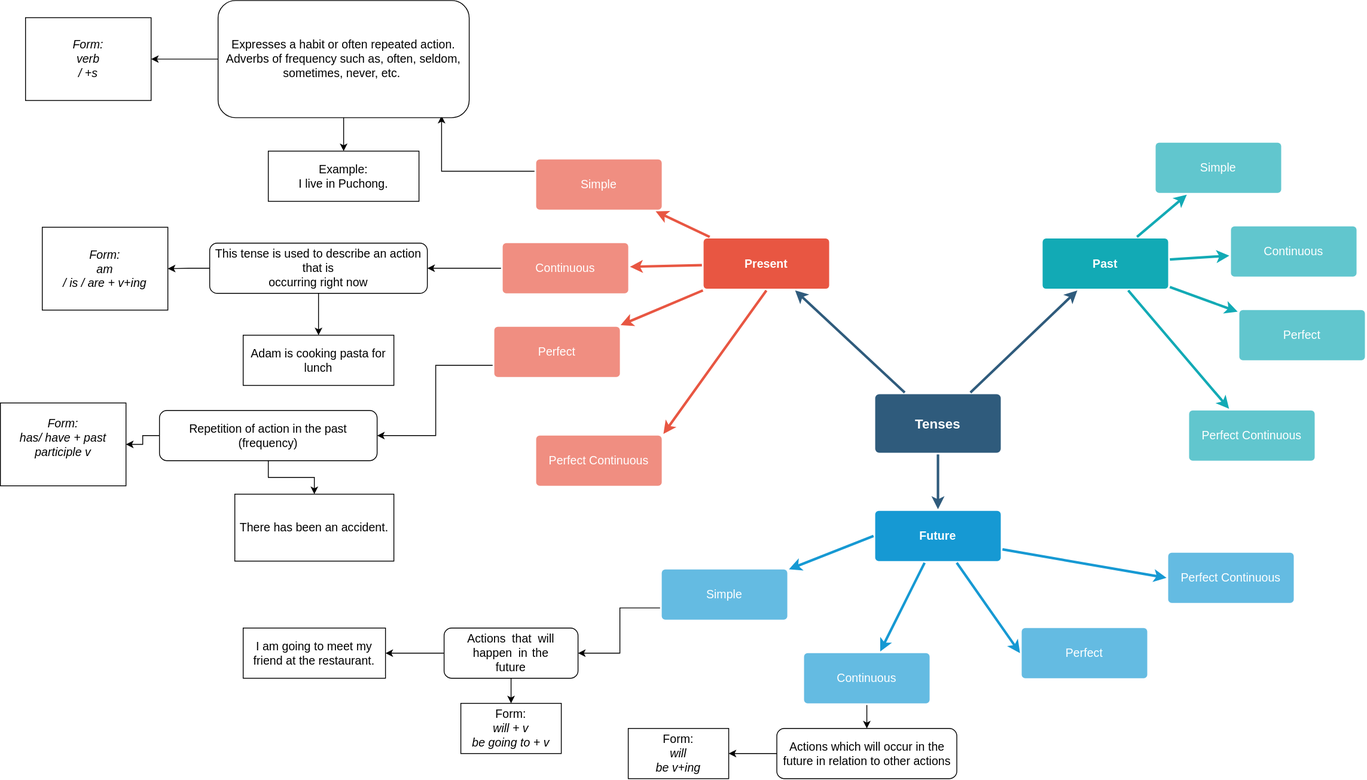
Above: Tense.drawio.svg in mhrk04/WED10402-CE (draw.io), before the change. Source tidied: cells renumbered, new cells last; positions are measured from the earlier drawing's top-left corner, leaving out a move shared by most shapes.
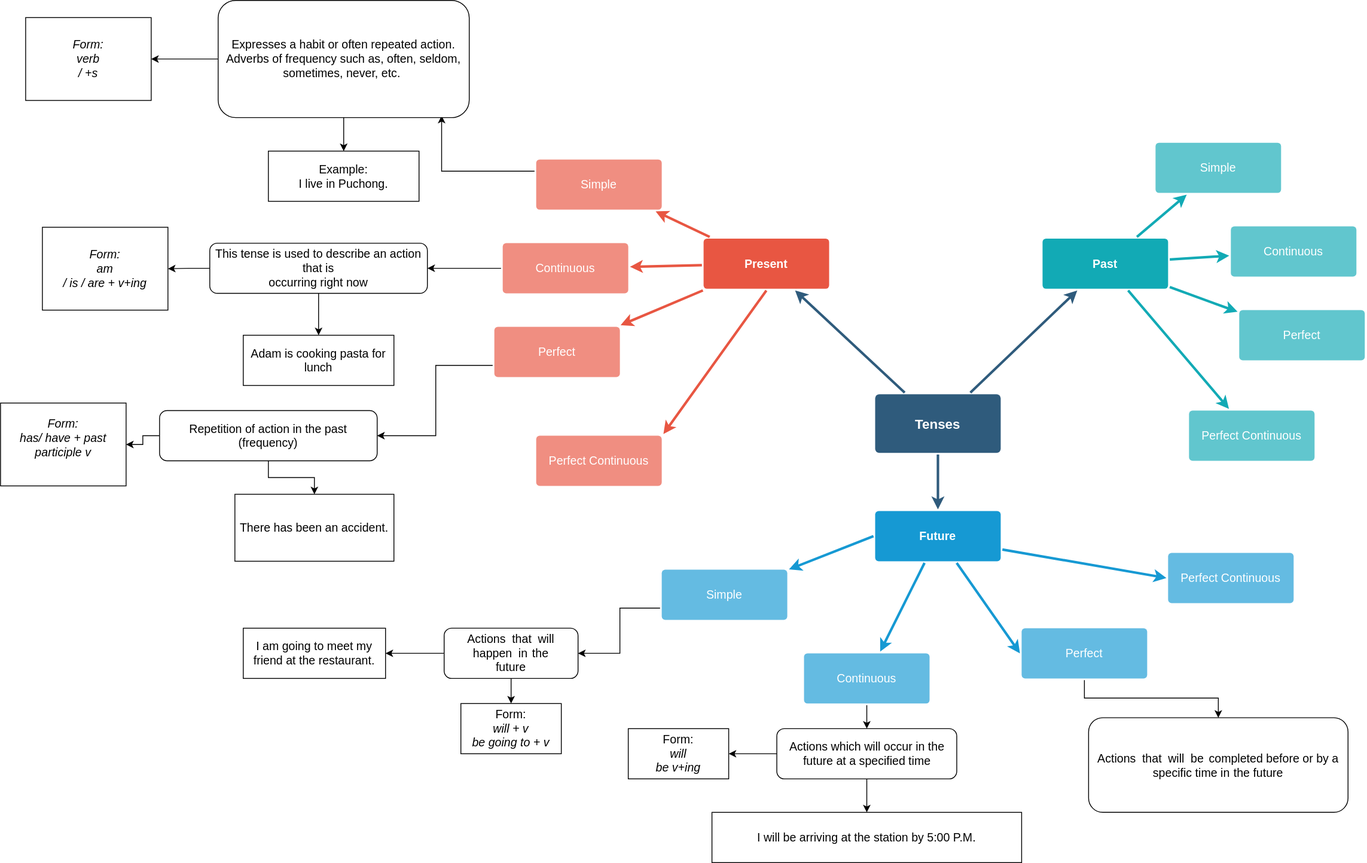
Above is the later version.

The edit, as a diff of the source:
```diff
@@ -56,6 +56,9 @@
     <mxCell id="19" value="Future" style="rounded=1;whiteSpace=wrap;html=1;shadow=0;labelBackgroundColor=none;strokeColor=none;strokeWidth=3;fillColor=#1699d3;fontFamily=Helvetica;fontSize=14;fontColor=#FFFFFF;align=center;spacing=5;fontStyle=1;arcSize=7;perimeterSpacing=2;" parent="1" vertex="1">
       <mxGeometry x="1045" y="610" width="150" height="60" as="geometry" />
     </mxCell>
+    <mxCell id="61" style="edgeStyle=orthogonalEdgeStyle;rounded=0;jettySize=auto;html=1;exitX=0.5;exitY=1;exitDx=0;exitDy=0;fontSize=14;fontColor=#000000;" parent="1" edge="1" source="20" target="64">
+      <mxGeometry relative="1" as="geometry" />
+    </mxCell>
     <mxCell id="20" value="Perfect" style="rounded=1;whiteSpace=wrap;html=1;shadow=0;labelBackgroundColor=none;strokeColor=none;strokeWidth=3;fillColor=#64bbe2;fontFamily=Helvetica;fontSize=14;fontColor=#FFFFFF;align=center;spacing=5;arcSize=7;perimeterSpacing=2;" parent="1" vertex="1">
       <mxGeometry x="1220" y="750" width="150" height="60" as="geometry" />
     </mxCell>
@@ -176,8 +179,17 @@
     <mxCell id="59" style="edgeStyle=orthogonalEdgeStyle;rounded=0;jettySize=auto;html=1;exitX=0;exitY=0.5;exitDx=0;exitDy=0;entryX=1;entryY=0.5;entryDx=0;entryDy=0;fontSize=14;fontColor=#000000;" parent="1" edge="1" source="60" target="58">
       <mxGeometry relative="1" as="geometry" />
     </mxCell>
+    <mxCell id="62" style="edgeStyle=orthogonalEdgeStyle;rounded=0;jettySize=auto;html=1;exitX=0.5;exitY=1;exitDx=0;exitDy=0;entryX=0.5;entryY=0;entryDx=0;entryDy=0;fontSize=14;fontColor=#000000;" parent="1" edge="1" source="60" target="63">
+      <mxGeometry relative="1" as="geometry" />
+    </mxCell>
-    <mxCell id="60" value="&lt;span style=&quot;font-size:12.0pt;line-height:&lt;br/&gt;107%;font-family:&amp;quot;Cambria&amp;quot;,serif;mso-fareast-font-family:Calibri;mso-bidi-font-family:&lt;br/&gt;Arial;color:#232021;mso-ansi-language:EN-GB;mso-fareast-language:EN-US;&lt;br/&gt;mso-bidi-language:AR-SA&quot; lang=&quot;EN-GB&quot;&gt;Actions which will occur in&lt;span style=&quot;letter-spacing:&lt;br/&gt;-.35pt&quot;&gt; &lt;/span&gt;the future in relation to other&lt;span style=&quot;letter-spacing:&lt;br/&gt;-.5pt&quot;&gt; &lt;/span&gt;actions&lt;/span&gt;" style="rounded=1;whiteSpace=wrap;html=1;labelBackgroundColor=none;fontSize=14;fontColor=#000000;" parent="1" vertex="1">
+    <mxCell id="60" value="&lt;p style=&quot;margin-top:0in;margin-right:31.7pt;margin-bottom:&lt;br/&gt;0in;margin-left:22.5pt;margin-bottom:.0001pt;text-align:justify;text-indent:&lt;br/&gt;-13.5pt;mso-list:l0 level1 lfo1;tab-stops:23.3pt;layout-grid-mode:char;&lt;br/&gt;mso-layout-grid-align:none&quot; class=&quot;TableParagraph&quot;&gt;&lt;span style=&quot;font-size:12.0pt;font-family:&amp;quot;Cambria&amp;quot;,serif;mso-bidi-font-family:&lt;br/&gt;Arial;color:#232021&quot; lang=&quot;EN-US&quot;&gt;Actions which will occur in&lt;span style=&quot;letter-spacing:&lt;br/&gt;-.35pt&quot;&gt; &lt;/span&gt;the future at a specified&lt;span style=&quot;letter-spacing:-.15pt&quot;&gt; &lt;/span&gt;time&lt;/span&gt;&lt;span style=&quot;font-size:12.0pt;font-family:&amp;quot;Cambria&amp;quot;,serif;mso-fareast-font-family:&lt;br/&gt;Arial;mso-bidi-font-family:Arial&quot; lang=&quot;EN-US&quot;&gt;&lt;/span&gt;&lt;/p&gt;" style="rounded=1;whiteSpace=wrap;html=1;labelBackgroundColor=none;fontSize=14;fontColor=#000000;" parent="1" vertex="1">
       <mxGeometry x="927.5" y="870" width="215" height="60" as="geometry" />
     </mxCell>
+    <mxCell id="63" value="I will be arriving at the station by 5:00 P.M." style="rounded=0;whiteSpace=wrap;html=1;labelBackgroundColor=none;fontSize=14;fontColor=#000000;" parent="1" vertex="1">
+      <mxGeometry x="850" y="970" width="370" height="60" as="geometry" />
+    </mxCell>
+    <mxCell id="64" value="&lt;p class=&quot;TableParagraph&quot;&gt;&lt;span lang=&quot;EN-US&quot;&gt;Actions&lt;span style=&quot;letter-spacing:2.75pt&quot;&gt; &lt;/span&gt;that&lt;span style=&quot;letter-spacing:2.75pt&quot;&gt; &lt;/span&gt;will&lt;span style=&quot;letter-spacing:2.75pt&quot;&gt; &lt;/span&gt;be&lt;span style=&quot;letter-spacing:1.7pt&quot;&gt; &lt;/span&gt;completed before or by a specific time in&lt;span style=&quot;letter-spacing:.5pt&quot;&gt; &lt;/span&gt;the future&lt;/span&gt;&lt;span lang=&quot;EN-US&quot;&gt;&lt;/span&gt;&lt;/p&gt;" style="rounded=1;whiteSpace=wrap;html=1;labelBackgroundColor=none;fontSize=14;fontColor=#000000;" parent="1" vertex="1">
+      <mxGeometry x="1300" y="857" width="310" height="113" as="geometry" />
+    </mxCell>
   </root>
 </mxGraphModel>
```
